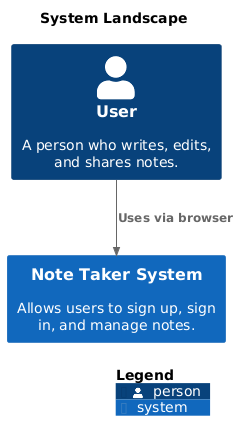
Above: master/png/SystemLandscape.png in vukhanhtruong/note-taker (PlantUML), before the change. The source it was exported from:
```plantuml
@startuml
set separator none
title System Landscape

top to bottom direction

!include <C4/C4>
!include <C4/C4_Context>

Person(User, "User", $descr="A person who writes, edits, and shares notes.", $tags="", $link="")
System(NoteTakerSystem, "Note Taker System", $descr="Allows users to sign up, sign in, and manage notes.", $tags="", $link="")

Rel(User, NoteTakerSystem, "Uses via browser", $techn="", $tags="", $link="")

SHOW_LEGEND(true)
@enduml
```
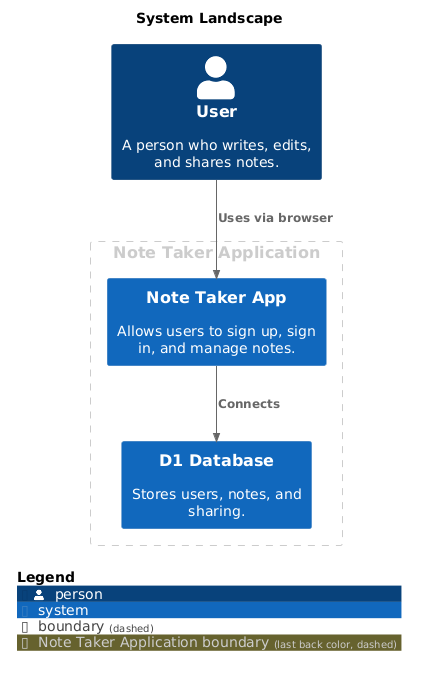
Above is the later version.

Diff of the diagram source:
```diff
@@ -7,10 +7,16 @@
 !include <C4/C4>
 !include <C4/C4_Context>
 
+AddBoundaryTag("Note Taker Application", $borderColor="#cccccc", $fontColor="#cccccc", $borderStyle="dashed")
+Boundary(group_1, "Note Taker Application", $tags="Note Taker Application") {
+  System(D1Database, "D1 Database", $descr="Stores users, notes, and sharing.", $tags="", $link="")
+  System(NoteTakerApp, "Note Taker App", $descr="Allows users to sign up, sign in, and manage notes.", $tags="", $link="")
+}
+
 Person(User, "User", $descr="A person who writes, edits, and shares notes.", $tags="", $link="")
-System(NoteTakerSystem, "Note Taker System", $descr="Allows users to sign up, sign in, and manage notes.", $tags="", $link="")
 
-Rel(User, NoteTakerSystem, "Uses via browser", $techn="", $tags="", $link="")
+Rel(User, NoteTakerApp, "Uses via browser", $techn="", $tags="", $link="")
+Rel(NoteTakerApp, D1Database, "Connects", $techn="", $tags="", $link="")
 
 SHOW_LEGEND(true)
 @enduml
```
